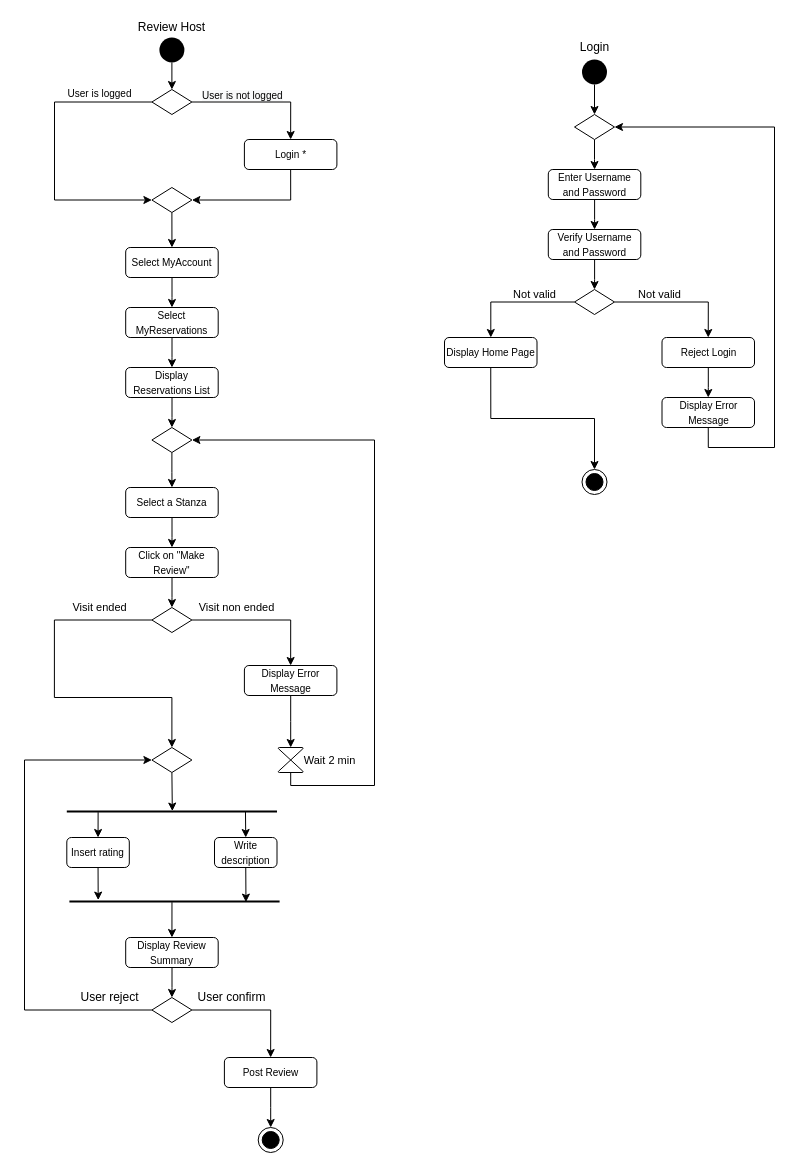
The draw.io diagram Deliverables/Activity Diagram/Activity Diagram Agostinelli.drawio in nic-agos/DoveStudi, before the edit. Source tidied: cells renumbered, new cells numbered last; positions are measured from the earlier drawing's top-left corner, leaving out a move shared by most shapes. Both pictures are drawn from the tidied source at 100%, with x=0, y=0 at pixel (24, 17).
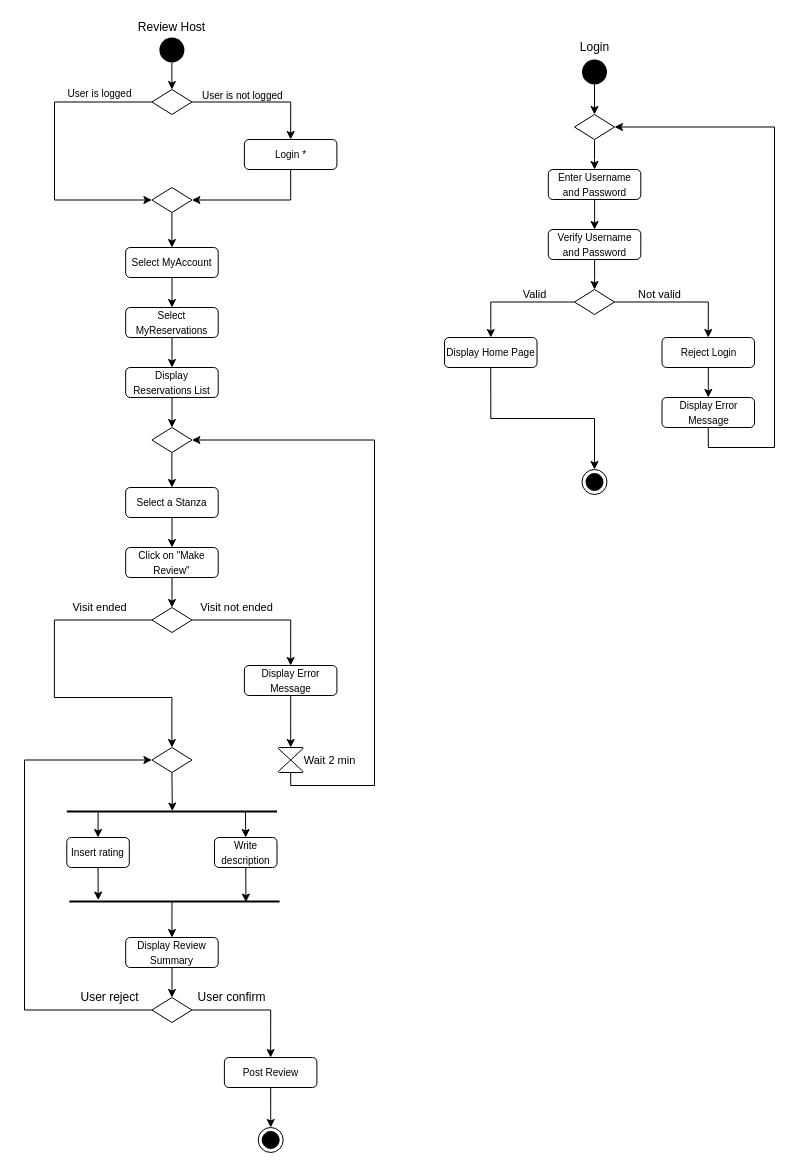
The same page after the edit.

Diff of the diagram source:
```diff
@@
-    <mxCell id="18" value="&lt;font style=&quot;font-size: 11px&quot;&gt;Visit non ended&lt;/font&gt;" style="text;html=1;align=center;verticalAlign=middle;" parent="1" vertex="1">
+    <mxCell id="18" value="&lt;font style=&quot;font-size: 11px&quot;&gt;Visit not ended&lt;/font&gt;" style="text;html=1;align=center;verticalAlign=middle;" parent="1" vertex="1">
       <mxGeometry x="167.4" y="580" width="90" height="20" as="geometry" />
     </mxCell>
@@
-    <mxCell id="68" value="&lt;font style=&quot;font-size: 11px&quot;&gt;Not valid&lt;/font&gt;" style="text;html=1;align=center;verticalAlign=middle;" parent="1" vertex="1">
-      <mxGeometry x="480" y="267" width="60" height="20" as="geometry" />
+    <mxCell id="68" value="&lt;font style=&quot;font-size: 11px&quot;&gt;Valid&lt;/font&gt;" style="text;html=1;align=center;verticalAlign=middle;" parent="1" vertex="1">
+      <mxGeometry x="490" y="267" width="40" height="20" as="geometry" />
     </mxCell>
```
